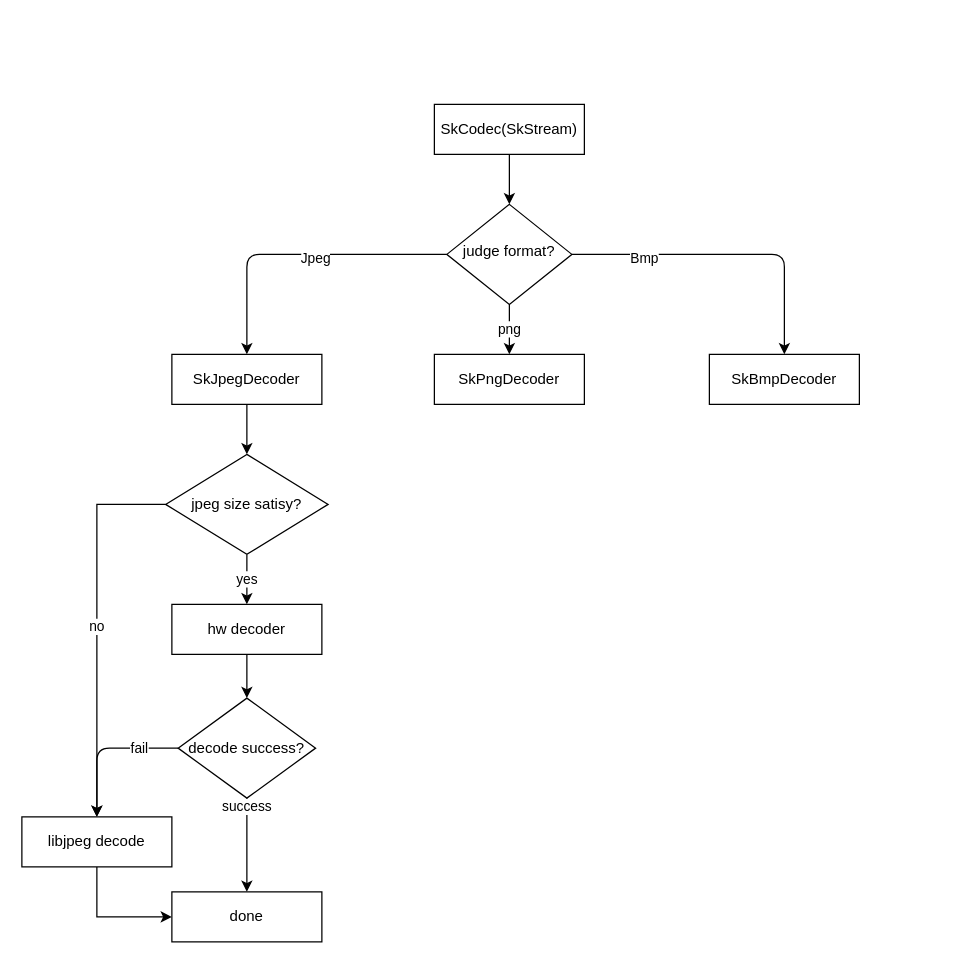
ccfriend/av_lab keeps this draw.io diagram as page "skia" (1 of 3) of design.drawio. Above is the earlier version. Source tidied: cells renumbered, new cells numbered last; positions are measured from the earlier drawing's top-left corner, leaving out a move shared by most shapes. Both pictures are drawn from the tidied source at 125%, with x=0, y=0 at pixel (21, 104).
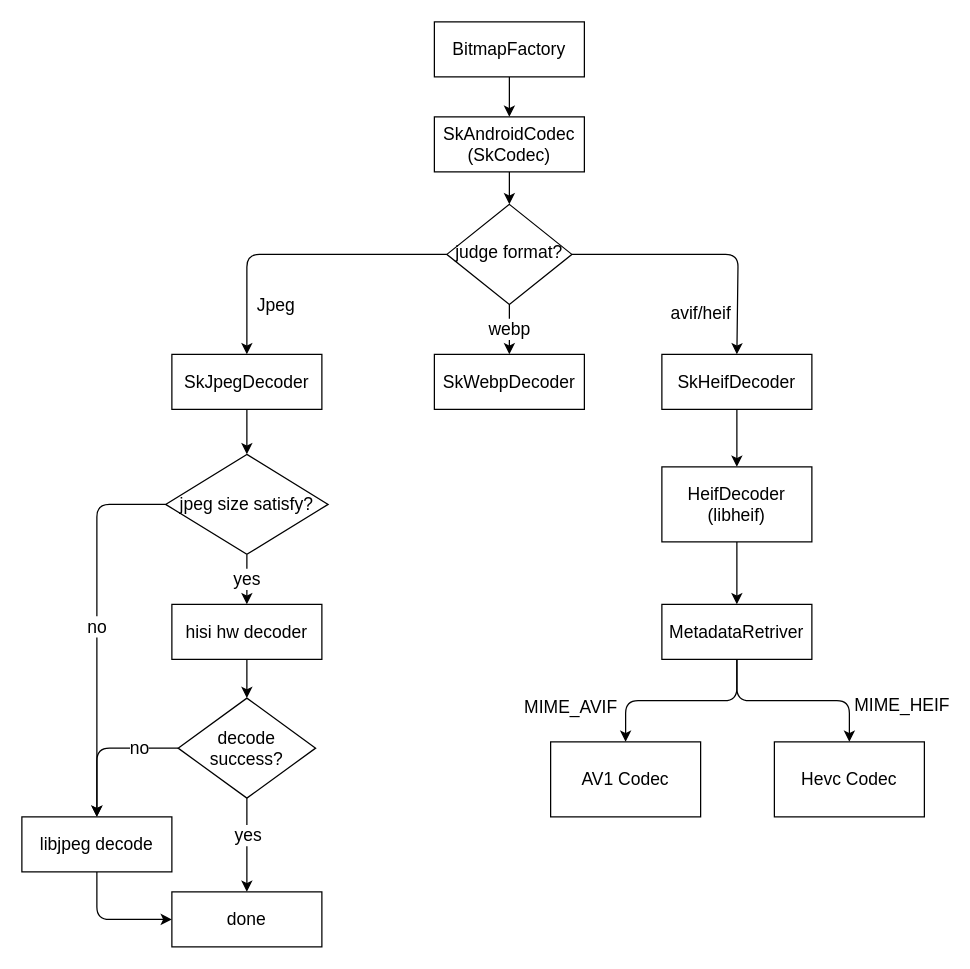
The same page after the edit.

Change to the diagram source:
```diff
@@
-    <mxCell id="2" style="edgeStyle=orthogonalEdgeStyle;rounded=0;jettySize=auto;html=1;entryX=0.5;entryY=0;entryDx=0;entryDy=0;" parent="1" edge="1" source="3" target="9">
+    <mxCell id="2" style="edgeStyle=orthogonalEdgeStyle;rounded=0;jettySize=auto;html=1;entryX=0.5;entryY=0;entryDx=0;entryDy=0;fontSize=14;" parent="1" edge="1" source="3" target="9">
       <mxGeometry relative="1" as="geometry" />
     </mxCell>
-    <mxCell id="3" value="SkCodec(SkStream)" style="rounded=0;whiteSpace=wrap;html=1;fontSize=12;glass=0;strokeWidth=1;shadow=0;" parent="1" vertex="1">
-      <mxGeometry x="330" width="120" height="40" as="geometry" />
+    <mxCell id="3" value="SkAndroidCodec&lt;br&gt;(SkCodec)" style="rounded=0;whiteSpace=wrap;html=1;fontSize=14;glass=0;strokeWidth=1;shadow=0;" parent="1" vertex="1">
+      <mxGeometry x="330" y="10" width="120" height="44" as="geometry" />
     </mxCell>
-    <mxCell id="4" style="edgeStyle=orthogonalEdgeStyle;curved=0;rounded=1;sketch=0;jettySize=auto;html=1;entryX=0.5;entryY=0;entryDx=0;entryDy=0;" parent="1" edge="1" source="9" target="13">
-      <mxGeometry relative="1" as="geometry" />
-    </mxCell>
-    <mxCell id="5" value="Bmp" style="edgeLabel;html=1;align=center;verticalAlign=middle;" parent="4" vertex="1">
-      <mxGeometry x="-0.54" y="-2" relative="1" as="geometry" />
-    </mxCell>
-    <mxCell id="6" style="edgeStyle=orthogonalEdgeStyle;curved=0;rounded=1;sketch=0;jettySize=auto;html=1;entryX=0.5;entryY=0;entryDx=0;entryDy=0;" parent="1" edge="1" source="9" target="11">
+    <mxCell id="6" style="edgeStyle=orthogonalEdgeStyle;curved=0;rounded=1;sketch=0;jettySize=auto;html=1;entryX=0.5;entryY=0;entryDx=0;entryDy=0;fontSize=14;" parent="1" edge="1" source="9" target="11">
       <mxGeometry relative="1" as="geometry" />
     </mxCell>
-    <mxCell id="7" value="Jpeg" style="edgeLabel;html=1;align=center;verticalAlign=middle;" parent="6" vertex="1">
-      <mxGeometry x="-0.12" y="2" relative="1" as="geometry" />
+    <mxCell id="7" value="Jpeg" style="edgeLabel;html=1;align=center;verticalAlign=middle;fontSize=14;" parent="6" vertex="1">
+      <mxGeometry x="-0.12" y="2" relative="1" as="geometry">
+        <mxPoint x="-32" y="38" as="offset" />
+      </mxGeometry>
     </mxCell>
-    <mxCell id="8" value="png" style="edgeStyle=orthogonalEdgeStyle;curved=0;rounded=1;sketch=0;jettySize=auto;html=1;" parent="1" edge="1" source="9" target="12">
+    <mxCell id="8" value="webp" style="edgeStyle=orthogonalEdgeStyle;curved=0;rounded=1;sketch=0;jettySize=auto;html=1;fontSize=14;" parent="1" edge="1" source="9" target="12">
       <mxGeometry relative="1" as="geometry" />
     </mxCell>
+    <mxCell id="26" style="edgeStyle=orthogonalEdgeStyle;rounded=1;jettySize=auto;html=1;fontSize=14;exitX=1;exitY=0.5;exitDx=0;exitDy=0;entryX=0.5;entryY=0;entryDx=0;entryDy=0;" parent="1" edge="1" source="9" target="31">
+      <mxGeometry relative="1" as="geometry">
+        <Array as="points">
+          <mxPoint x="573" y="120" />
+        </Array>
+      </mxGeometry>
+    </mxCell>
+    <mxCell id="27" value="avif/heif" style="edgeLabel;html=1;align=center;verticalAlign=middle;fontSize=14;" parent="26" vertex="1">
+      <mxGeometry x="0.31" y="-5" relative="1" as="geometry">
+        <mxPoint x="-25" y="40" as="offset" />
+      </mxGeometry>
+    </mxCell>
-    <mxCell id="9" value="judge format?" style="rhombus;whiteSpace=wrap;html=1;shadow=0;fontFamily=Helvetica;fontSize=12;align=center;strokeWidth=1;spacing=6;spacingTop=-4;rounded=0;" parent="1" vertex="1">
+    <mxCell id="9" value="judge format?" style="rhombus;whiteSpace=wrap;html=1;shadow=0;fontFamily=Helvetica;fontSize=14;align=center;strokeWidth=1;spacing=6;spacingTop=-4;rounded=0;" parent="1" vertex="1">
       <mxGeometry x="340" y="80" width="100" height="80" as="geometry" />
     </mxCell>
-    <mxCell id="10" style="edgeStyle=orthogonalEdgeStyle;curved=0;rounded=1;sketch=0;jettySize=auto;html=1;" parent="1" edge="1" source="11" target="16">
+    <mxCell id="10" style="edgeStyle=orthogonalEdgeStyle;curved=0;rounded=1;sketch=0;jettySize=auto;html=1;fontSize=14;" parent="1" edge="1" source="11" target="16">
       <mxGeometry relative="1" as="geometry" />
     </mxCell>
-    <mxCell id="11" value="SkJpegDecoder" style="rounded=0;whiteSpace=wrap;html=1;fontSize=12;glass=0;strokeWidth=1;shadow=0;" parent="1" vertex="1">
-      <mxGeometry x="120" y="200" width="120" height="40" as="geometry" />
+    <mxCell id="11" value="SkJpegDecoder" style="rounded=0;whiteSpace=wrap;html=1;fontSize=14;glass=0;strokeWidth=1;shadow=0;" parent="1" vertex="1">
+      <mxGeometry x="120" y="200" width="120" height="44" as="geometry" />
     </mxCell>
-    <mxCell id="12" value="SkPngDecoder" style="rounded=0;whiteSpace=wrap;html=1;fontSize=12;glass=0;strokeWidth=1;shadow=0;" parent="1" vertex="1">
-      <mxGeometry x="330" y="200" width="120" height="40" as="geometry" />
+    <mxCell id="12" value="SkWebpDecoder" style="rounded=0;whiteSpace=wrap;html=1;fontSize=14;glass=0;strokeWidth=1;shadow=0;" parent="1" vertex="1">
+      <mxGeometry x="330" y="200" width="120" height="44" as="geometry" />
     </mxCell>
-    <mxCell id="13" value="SkBmpDecoder" style="rounded=0;whiteSpace=wrap;html=1;fontSize=12;glass=0;strokeWidth=1;shadow=0;" parent="1" vertex="1">
-      <mxGeometry x="550" y="200" width="120" height="40" as="geometry" />
-    </mxCell>
-    <mxCell id="14" value="yes" style="edgeStyle=orthogonalEdgeStyle;curved=0;rounded=1;sketch=0;jettySize=auto;html=1;" parent="1" edge="1" source="16" target="18">
+    <mxCell id="14" value="yes" style="edgeStyle=orthogonalEdgeStyle;curved=0;rounded=1;sketch=0;jettySize=auto;html=1;fontSize=14;" parent="1" edge="1" source="16" target="18">
       <mxGeometry relative="1" as="geometry" />
     </mxCell>
-    <mxCell id="15" value="no" style="edgeStyle=orthogonalEdgeStyle;rounded=0;jettySize=auto;html=1;exitX=0;exitY=0.5;exitDx=0;exitDy=0;" parent="1" edge="1" source="16" target="24">
+    <mxCell id="15" value="no" style="edgeStyle=orthogonalEdgeStyle;rounded=1;jettySize=auto;html=1;exitX=0;exitY=0.5;exitDx=0;exitDy=0;fontSize=14;" parent="1" edge="1" source="16" target="24">
       <mxGeometry relative="1" as="geometry" />
     </mxCell>
-    <mxCell id="16" value="jpeg size satisy?" style="rhombus;whiteSpace=wrap;html=1;rounded=0;sketch=0;" parent="1" vertex="1">
+    <mxCell id="16" value="jpeg size satisfy?" style="rhombus;whiteSpace=wrap;html=1;rounded=0;sketch=0;fontSize=14;" parent="1" vertex="1">
       <mxGeometry x="115" y="280" width="130" height="80" as="geometry" />
     </mxCell>
-    <mxCell id="17" style="edgeStyle=orthogonalEdgeStyle;curved=0;rounded=1;sketch=0;jettySize=auto;html=1;entryX=0.5;entryY=0;entryDx=0;entryDy=0;" parent="1" edge="1" source="18" target="22">
+    <mxCell id="17" style="edgeStyle=orthogonalEdgeStyle;curved=0;rounded=1;sketch=0;jettySize=auto;html=1;entryX=0.5;entryY=0;entryDx=0;entryDy=0;fontSize=14;" parent="1" edge="1" source="18" target="22">
       <mxGeometry relative="1" as="geometry" />
     </mxCell>
-    <mxCell id="18" value="hw decoder" style="rounded=0;whiteSpace=wrap;html=1;fontSize=12;glass=0;strokeWidth=1;shadow=0;" parent="1" vertex="1">
-      <mxGeometry x="120" y="400" width="120" height="40" as="geometry" />
+    <mxCell id="18" value="hisi hw decoder" style="rounded=0;whiteSpace=wrap;html=1;fontSize=14;glass=0;strokeWidth=1;shadow=0;" parent="1" vertex="1">
+      <mxGeometry x="120" y="400" width="120" height="44" as="geometry" />
     </mxCell>
-    <mxCell id="19" value="fail" style="edgeStyle=orthogonalEdgeStyle;curved=0;rounded=1;sketch=0;jettySize=auto;html=1;entryX=0.5;entryY=0;entryDx=0;entryDy=0;" parent="1" edge="1" source="22" target="24">
+    <mxCell id="19" value="no" style="edgeStyle=orthogonalEdgeStyle;curved=0;rounded=1;sketch=0;jettySize=auto;html=1;entryX=0.5;entryY=0;entryDx=0;entryDy=0;fontSize=14;" parent="1" edge="1" source="22" target="24">
       <mxGeometry x="-0.49" relative="1" as="geometry" />
     </mxCell>
-    <mxCell id="20" style="edgeStyle=orthogonalEdgeStyle;curved=0;rounded=1;sketch=0;jettySize=auto;html=1;entryX=0.5;entryY=0;entryDx=0;entryDy=0;" parent="1" edge="1" source="22" target="25">
+    <mxCell id="20" style="edgeStyle=orthogonalEdgeStyle;curved=0;rounded=1;sketch=0;jettySize=auto;html=1;entryX=0.5;entryY=0;entryDx=0;entryDy=0;fontSize=14;" parent="1" edge="1" source="22" target="25">
       <mxGeometry relative="1" as="geometry">
         <Array as="points">
           <mxPoint x="180" y="590" />
           <mxPoint x="180" y="590" />
         </Array>
       </mxGeometry>
     </mxCell>
-    <mxCell id="21" value="success" style="edgeLabel;html=1;align=center;verticalAlign=middle;" parent="20" vertex="1">
-      <mxGeometry x="-0.83" y="-1" relative="1" as="geometry" />
+    <mxCell id="21" value="yes" style="edgeLabel;html=1;align=center;verticalAlign=middle;fontSize=14;" parent="20" vertex="1">
+      <mxGeometry x="-0.83" y="-1" relative="1" as="geometry">
+        <mxPoint x="1" y="23" as="offset" />
+      </mxGeometry>
     </mxCell>
-    <mxCell id="22" value="decode success?" style="rhombus;whiteSpace=wrap;html=1;rounded=0;sketch=0;" parent="1" vertex="1">
+    <mxCell id="22" value="decode success?" style="rhombus;whiteSpace=wrap;html=1;rounded=0;sketch=0;fontSize=14;" parent="1" vertex="1">
       <mxGeometry x="125" y="475" width="110" height="80" as="geometry" />
     </mxCell>
-    <mxCell id="23" style="edgeStyle=orthogonalEdgeStyle;rounded=0;jettySize=auto;html=1;entryX=0;entryY=0.5;entryDx=0;entryDy=0;" parent="1" edge="1" source="24" target="25">
+    <mxCell id="23" style="edgeStyle=orthogonalEdgeStyle;rounded=1;jettySize=auto;html=1;entryX=0;entryY=0.5;entryDx=0;entryDy=0;fontSize=14;" parent="1" edge="1" source="24" target="25">
       <mxGeometry relative="1" as="geometry" />
     </mxCell>
-    <mxCell id="24" value="libjpeg decode" style="rounded=0;whiteSpace=wrap;html=1;fontSize=12;glass=0;strokeWidth=1;shadow=0;" parent="1" vertex="1">
-      <mxGeometry y="570" width="120" height="40" as="geometry" />
+    <mxCell id="24" value="libjpeg decode" style="rounded=0;whiteSpace=wrap;html=1;fontSize=14;glass=0;strokeWidth=1;shadow=0;" parent="1" vertex="1">
+      <mxGeometry y="570" width="120" height="44" as="geometry" />
     </mxCell>
-    <mxCell id="25" value="done" style="rounded=0;whiteSpace=wrap;html=1;fontSize=12;glass=0;strokeWidth=1;shadow=0;" parent="1" vertex="1">
-      <mxGeometry x="120" y="630" width="120" height="40" as="geometry" />
+    <mxCell id="25" value="done" style="rounded=0;whiteSpace=wrap;html=1;fontSize=14;glass=0;strokeWidth=1;shadow=0;" parent="1" vertex="1">
+      <mxGeometry x="120" y="630" width="120" height="44" as="geometry" />
     </mxCell>
+    <mxCell id="28" style="edgeStyle=orthogonalEdgeStyle;rounded=0;jettySize=auto;html=1;entryX=0.5;entryY=0;entryDx=0;entryDy=0;fontSize=14;" parent="1" edge="1" source="29" target="3">
+      <mxGeometry relative="1" as="geometry" />
+    </mxCell>
+    <mxCell id="29" value="BitmapFactory" style="rounded=0;whiteSpace=wrap;html=1;fontSize=14;glass=0;strokeWidth=1;shadow=0;" parent="1" vertex="1">
+      <mxGeometry x="330" y="-66" width="120" height="44" as="geometry" />
+    </mxCell>
+    <mxCell id="30" style="edgeStyle=orthogonalEdgeStyle;rounded=1;jettySize=auto;html=1;fontSize=14;" parent="1" edge="1" source="31" target="33">
+      <mxGeometry relative="1" as="geometry" />
+    </mxCell>
+    <mxCell id="31" value="SkHeifDecoder" style="rounded=0;whiteSpace=wrap;html=1;fontSize=14;glass=0;strokeWidth=1;shadow=0;" parent="1" vertex="1">
+      <mxGeometry x="512" y="200" width="120" height="44" as="geometry" />
+    </mxCell>
+    <mxCell id="32" style="edgeStyle=orthogonalEdgeStyle;rounded=1;jettySize=auto;html=1;fontSize=14;" parent="1" edge="1" source="33" target="38">
+      <mxGeometry relative="1" as="geometry" />
+    </mxCell>
+    <mxCell id="33" value="HeifDecoder&lt;br&gt;(libheif)" style="whiteSpace=wrap;html=1;fontSize=14;rounded=0;glass=0;strokeWidth=1;shadow=0;" parent="1" vertex="1">
+      <mxGeometry x="512" y="290" width="120" height="60" as="geometry" />
+    </mxCell>
+    <mxCell id="34" style="edgeStyle=orthogonalEdgeStyle;rounded=1;jettySize=auto;html=1;fontSize=14;" parent="1" edge="1" source="38" target="39">
+      <mxGeometry relative="1" as="geometry" />
+    </mxCell>
+    <mxCell id="35" value="MIME_AVIF" style="edgeLabel;html=1;align=center;verticalAlign=middle;fontSize=14;" parent="34" vertex="1">
+      <mxGeometry x="0.44" y="8" relative="1" as="geometry">
+        <mxPoint x="-55" y="-4" as="offset" />
+      </mxGeometry>
+    </mxCell>
+    <mxCell id="36" style="edgeStyle=orthogonalEdgeStyle;rounded=1;jettySize=auto;html=1;fontSize=14;" parent="1" edge="1" source="38" target="40">
+      <mxGeometry relative="1" as="geometry" />
+    </mxCell>
+    <mxCell id="37" value="MIME_HEIF" style="edgeLabel;html=1;align=center;verticalAlign=middle;fontSize=14;" parent="36" vertex="1">
+      <mxGeometry x="0.37" y="-3" relative="1" as="geometry">
+        <mxPoint x="57" as="offset" />
+      </mxGeometry>
+    </mxCell>
+    <mxCell id="38" value="MetadataRetriver" style="whiteSpace=wrap;html=1;fontSize=14;rounded=0;glass=0;strokeWidth=1;shadow=0;" parent="1" vertex="1">
+      <mxGeometry x="512" y="400" width="120" height="44" as="geometry" />
+    </mxCell>
+    <mxCell id="39" value="AV1 Codec" style="whiteSpace=wrap;html=1;fontSize=14;rounded=0;glass=0;strokeWidth=1;shadow=0;" parent="1" vertex="1">
+      <mxGeometry x="423" y="510" width="120" height="60" as="geometry" />
+    </mxCell>
+    <mxCell id="40" value="Hevc Codec" style="whiteSpace=wrap;html=1;fontSize=14;rounded=0;glass=0;strokeWidth=1;shadow=0;" parent="1" vertex="1">
+      <mxGeometry x="602" y="510" width="120" height="60" as="geometry" />
+    </mxCell>
```
